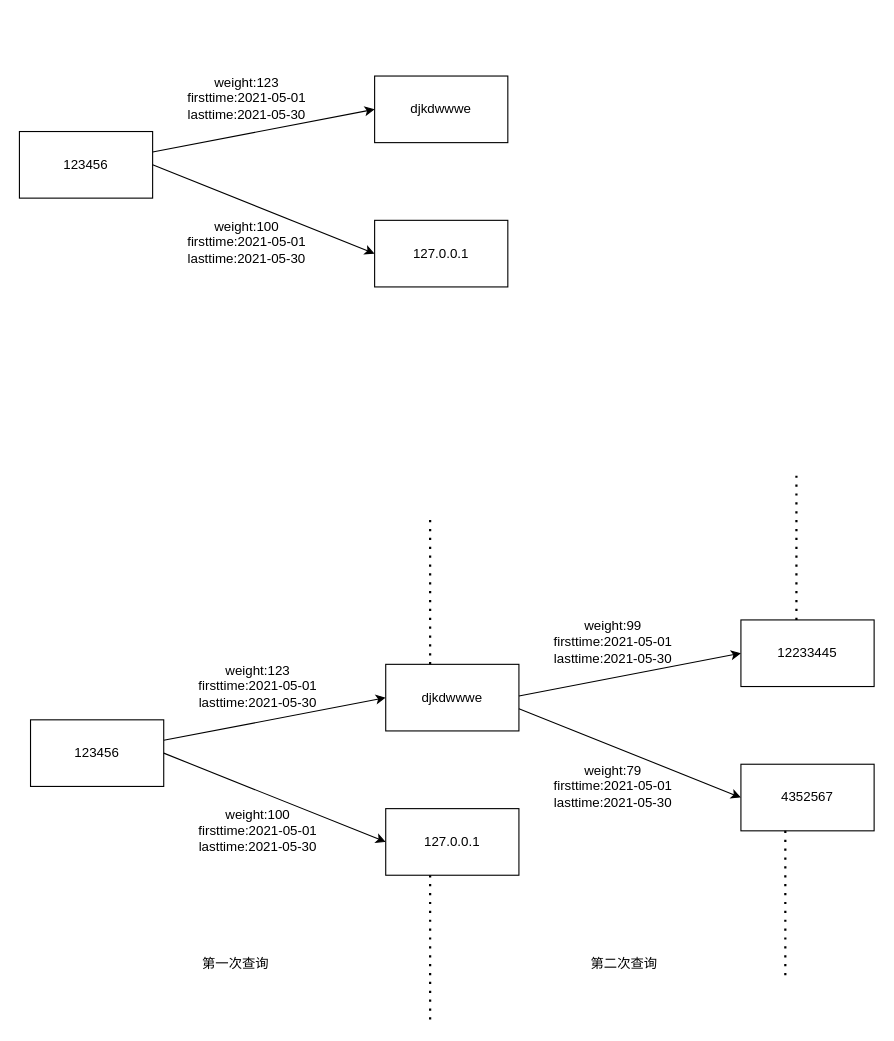
Earlier version of the draw.io diagram page "Page-2" (2 of 2) of 用户画像.drawio (Kang-Shawn/Excellent-life). Source tidied: cells renumbered, new cells numbered last; positions are measured from the earlier drawing's top-left corner, leaving out a move shared by most shapes. Both pictures are drawn from the tidied source at 111%, with x=0, y=0 at pixel (19, 75).
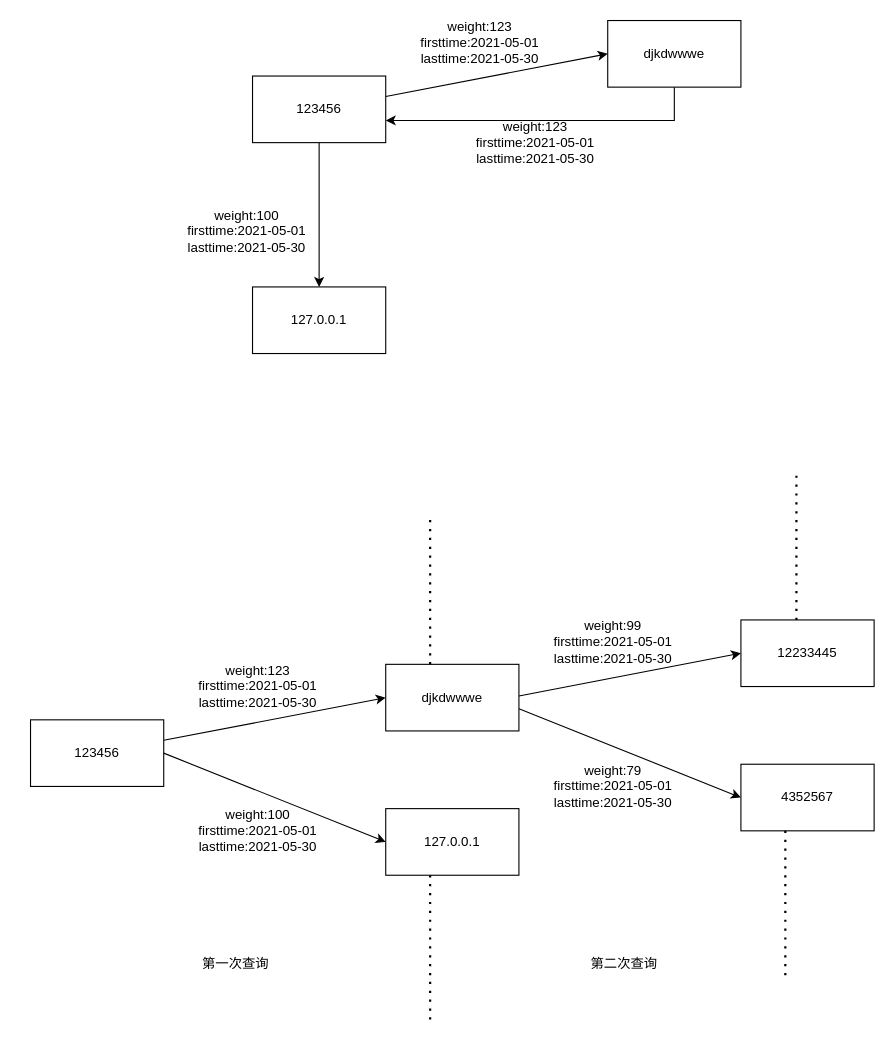
The same diagram, later.

What changed in the source:
```diff
@@
+    <mxCell id="25" style="edgeStyle=elbowEdgeStyle;rounded=0;jettySize=auto;elbow=vertical;html=1;" parent="1" edge="1" source="22" target="26">
+      <mxGeometry relative="1" as="geometry" />
+    </mxCell>
     <mxCell id="22" value="123456" style="rounded=0;whiteSpace=wrap;html=1;" parent="1" vertex="1">
-      <mxGeometry y="50" width="120" height="60" as="geometry" />
+      <mxGeometry x="210" width="120" height="60" as="geometry" />
     </mxCell>
+    <mxCell id="28" style="edgeStyle=elbowEdgeStyle;rounded=0;jettySize=auto;elbow=vertical;html=1;" parent="1" edge="1" source="23" target="22">
+      <mxGeometry relative="1" as="geometry">
+        <Array as="points">
+          <mxPoint x="470" y="40" />
+        </Array>
+      </mxGeometry>
+    </mxCell>
     <mxCell id="23" value="djkdwwwe" style="rounded=0;whiteSpace=wrap;html=1;" parent="1" vertex="1">
-      <mxGeometry x="320" width="120" height="60" as="geometry" />
+      <mxGeometry x="530" y="-50" width="120" height="60" as="geometry" />
     </mxCell>
     <mxCell id="24" value="weight:123&lt;br&gt;firsttime:2021-05-01&lt;br&gt;lasttime:2021-05-30" style="text;html=1;strokeColor=none;fillColor=none;align=center;verticalAlign=middle;whiteSpace=wrap;rounded=0;" parent="1" vertex="1">
-      <mxGeometry x="150" y="10" width="110" height="20" as="geometry" />
+      <mxGeometry x="360" y="-40" width="110" height="20" as="geometry" />
     </mxCell>
-    <mxCell id="25" style="rounded=0;jettySize=auto;html=1;entryX=0;entryY=0.5;entryDx=0;entryDy=0;exitX=1;exitY=0.5;exitDx=0;exitDy=0;" parent="1" edge="1" source="22" target="26">
-      <mxGeometry relative="1" as="geometry" />
-    </mxCell>
     <mxCell id="26" value="127.0.0.1" style="rounded=0;whiteSpace=wrap;html=1;" parent="1" vertex="1">
-      <mxGeometry x="320" y="130" width="120" height="60" as="geometry" />
+      <mxGeometry x="210" y="190" width="120" height="60" as="geometry" />
     </mxCell>
     <mxCell id="27" value="weight:100&lt;br&gt;firsttime:2021-05-01&lt;br&gt;lasttime:2021-05-30" style="text;html=1;strokeColor=none;fillColor=none;align=center;verticalAlign=middle;whiteSpace=wrap;rounded=0;" parent="1" vertex="1">
-      <mxGeometry x="150" y="130" width="110" height="40" as="geometry" />
+      <mxGeometry x="150" y="120" width="110" height="40" as="geometry" />
     </mxCell>
+    <mxCell id="29" value="weight:123&lt;br&gt;firsttime:2021-05-01&lt;br&gt;lasttime:2021-05-30" style="text;html=1;strokeColor=none;fillColor=none;align=center;verticalAlign=middle;whiteSpace=wrap;rounded=0;" parent="1" vertex="1">
+      <mxGeometry x="410" y="50" width="110" height="20" as="geometry" />
+    </mxCell>
```
